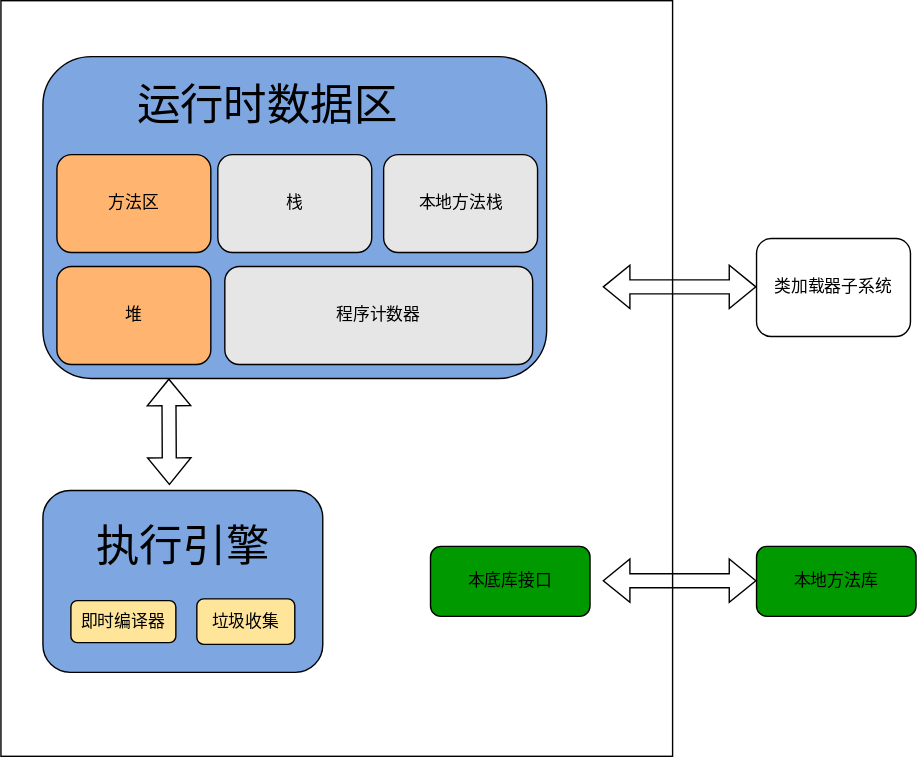
Earlier version of the draw.io export java/jvm.svg (lore-study/java-picture-bed). Source tidied: cells renumbered, new cells last; positions are measured from the earlier drawing's top-left corner, leaving out a move shared by most shapes. The source it was exported from:
```xml
<mxGraphModel>
  <root>
    <mxCell id="0" />
    <mxCell id="1" parent="0" />
    <mxCell id="2" style="rounded=0;whiteSpace=wrap;html=1;" parent="1" vertex="1">
      <mxGeometry width="480" height="540" as="geometry" />
    </mxCell>
    <mxCell id="3" style="rounded=1;whiteSpace=wrap;html=1;labelBackgroundColor=none;fillColor=#7EA6E0;" parent="1" vertex="1">
      <mxGeometry x="30" y="40" width="360" height="230" as="geometry" />
    </mxCell>
    <mxCell id="4" value="方法区" style="rounded=1;whiteSpace=wrap;html=1;fillColor=#FFB570;" parent="1" vertex="1">
      <mxGeometry x="40" y="110" width="110" height="70" as="geometry" />
    </mxCell>
    <mxCell id="5" value="栈" style="rounded=1;whiteSpace=wrap;html=1;fillColor=#E6E6E6;" parent="1" vertex="1">
      <mxGeometry x="155" y="110" width="110" height="70" as="geometry" />
    </mxCell>
    <mxCell id="6" value="堆" style="rounded=1;whiteSpace=wrap;html=1;fillColor=#FFB570;" parent="1" vertex="1">
      <mxGeometry x="40" y="190" width="110" height="70" as="geometry" />
    </mxCell>
    <mxCell id="7" value="本地方法栈" style="rounded=1;whiteSpace=wrap;html=1;fillColor=#E6E6E6;" parent="1" vertex="1">
      <mxGeometry x="273.5" y="110" width="110" height="70" as="geometry" />
    </mxCell>
    <mxCell id="8" value="程序计数器" style="rounded=1;whiteSpace=wrap;html=1;fillColor=#E6E6E6;" parent="1" vertex="1">
      <mxGeometry x="160" y="190" width="220" height="70" as="geometry" />
    </mxCell>
    <mxCell id="9" style="shape=flexArrow;endArrow=classic;startArrow=classic;html=1;rounded=0;" parent="1" edge="1">
      <mxGeometry relative="1" as="geometry">
        <mxPoint x="430" y="204.5" as="sourcePoint" />
        <mxPoint x="540" y="204.5" as="targetPoint" />
      </mxGeometry>
    </mxCell>
    <mxCell id="10" value="类加载器子系统" style="rounded=1;whiteSpace=wrap;html=1;" parent="1" vertex="1">
      <mxGeometry x="540" y="170" width="110" height="70" as="geometry" />
    </mxCell>
    <mxCell id="11" value="运行时数据区" style="text;html=1;align=center;verticalAlign=middle;fillColor=none;strokeColor=none;rounded=0;labelBackgroundColor=none;fontSize=31;" parent="1" vertex="1">
      <mxGeometry x="90" y="55" width="200" height="40" as="geometry" />
    </mxCell>
    <mxCell id="12" style="shape=flexArrow;endArrow=classic;startArrow=classic;html=1;rounded=0;fontSize=31;exitX=0.452;exitY=-0.029;exitDx=0;exitDy=0;entryX=0.25;entryY=1;entryDx=0;entryDy=0;exitPerimeter=0;" parent="1" edge="1" source="14" target="3">
      <mxGeometry relative="1" as="geometry" />
    </mxCell>
    <mxCell id="13" style="group;" parent="1" vertex="1">
      <mxGeometry x="30" y="350" width="200" height="130" as="geometry" />
    </mxCell>
    <mxCell id="14" style="rounded=1;whiteSpace=wrap;html=1;labelBackgroundColor=none;fillColor=#7EA6E0;" parent="13" vertex="1">
      <mxGeometry width="200" height="130" as="geometry" />
    </mxCell>
    <mxCell id="15" value="执行引擎" style="text;html=1;align=center;verticalAlign=middle;fillColor=none;strokeColor=none;rounded=0;labelBackgroundColor=none;fontSize=31;" parent="13" vertex="1">
      <mxGeometry x="30" y="20" width="140" height="40" as="geometry" />
    </mxCell>
    <mxCell id="16" value="即时编译器" style="rounded=1;whiteSpace=wrap;html=1;fillColor=#FFE599;" parent="13" vertex="1">
      <mxGeometry x="20" y="78.8" width="75" height="30" as="geometry" />
    </mxCell>
    <mxCell id="17" value="垃圾收集" style="rounded=1;whiteSpace=wrap;html=1;fillColor=#FFE599;" parent="13" vertex="1">
      <mxGeometry x="110" y="77.5" width="70" height="32.5" as="geometry" />
    </mxCell>
    <mxCell id="18" value="本底库接口" style="rounded=1;whiteSpace=wrap;html=1;fillColor=#009900;" parent="1" vertex="1">
      <mxGeometry x="307" y="390" width="114" height="50" as="geometry" />
    </mxCell>
    <mxCell id="19" value="本地方法库" style="rounded=1;whiteSpace=wrap;html=1;fillColor=#009900;" parent="1" vertex="1">
      <mxGeometry x="540" y="390" width="114" height="50" as="geometry" />
    </mxCell>
    <mxCell id="20" style="shape=flexArrow;endArrow=classic;startArrow=classic;html=1;rounded=0;" parent="1" edge="1">
      <mxGeometry relative="1" as="geometry">
        <mxPoint x="430" y="414.5" as="sourcePoint" />
        <mxPoint x="540" y="414.5" as="targetPoint" />
      </mxGeometry>
    </mxCell>
  </root>
</mxGraphModel>
```
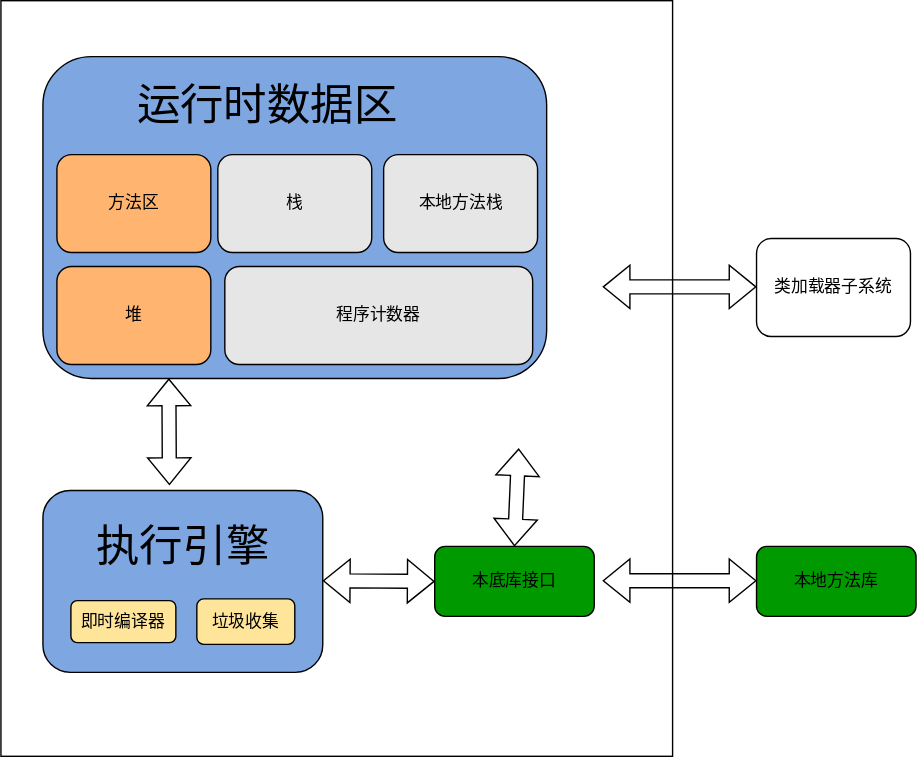
After the commit.

The edit, as a diff of the source:
```diff
@@ -54,7 +54,7 @@
       <mxGeometry x="110" y="77.5" width="70" height="32.5" as="geometry" />
     </mxCell>
     <mxCell id="18" value="本底库接口" style="rounded=1;whiteSpace=wrap;html=1;fillColor=#009900;" parent="1" vertex="1">
-      <mxGeometry x="307" y="390" width="114" height="50" as="geometry" />
+      <mxGeometry x="310" y="390" width="114" height="50" as="geometry" />
     </mxCell>
     <mxCell id="19" value="本地方法库" style="rounded=1;whiteSpace=wrap;html=1;fillColor=#009900;" parent="1" vertex="1">
       <mxGeometry x="540" y="390" width="114" height="50" as="geometry" />
@@ -65,5 +65,16 @@
         <mxPoint x="540" y="414.5" as="targetPoint" />
       </mxGeometry>
     </mxCell>
+    <mxCell id="21" style="shape=flexArrow;endArrow=classic;startArrow=classic;html=1;rounded=0;entryX=0.5;entryY=0;entryDx=0;entryDy=0;" parent="1" edge="1" target="18">
+      <mxGeometry relative="1" as="geometry">
+        <mxPoint x="370" y="320" as="sourcePoint" />
+      </mxGeometry>
+    </mxCell>
+    <mxCell id="22" style="shape=flexArrow;endArrow=classic;startArrow=classic;html=1;rounded=0;" parent="1" edge="1">
+      <mxGeometry relative="1" as="geometry">
+        <mxPoint x="230" y="414.5" as="sourcePoint" />
+        <mxPoint x="310" y="415" as="targetPoint" />
+      </mxGeometry>
+    </mxCell>
   </root>
 </mxGraphModel>
```
